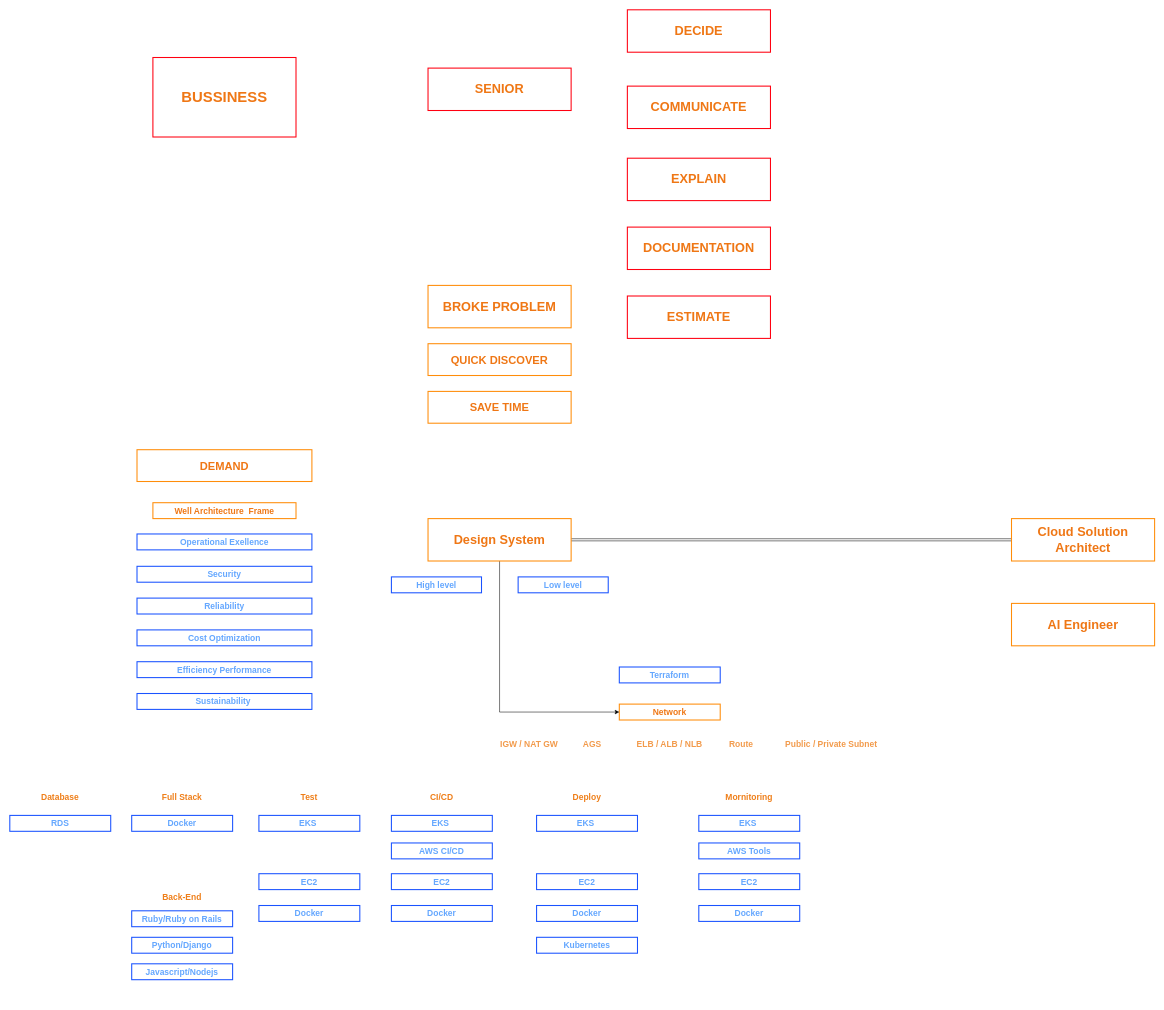
Before: MindSet.drawio in HoangGuruu/drawCloud, a draw.io diagram. Source tidied: cells renumbered, new cells numbered last; positions are measured from the earlier drawing's top-left corner, leaving out a move shared by most shapes. Both pictures are drawn from the tidied source at 53%, with x=0, y=0 at pixel (10, 10).
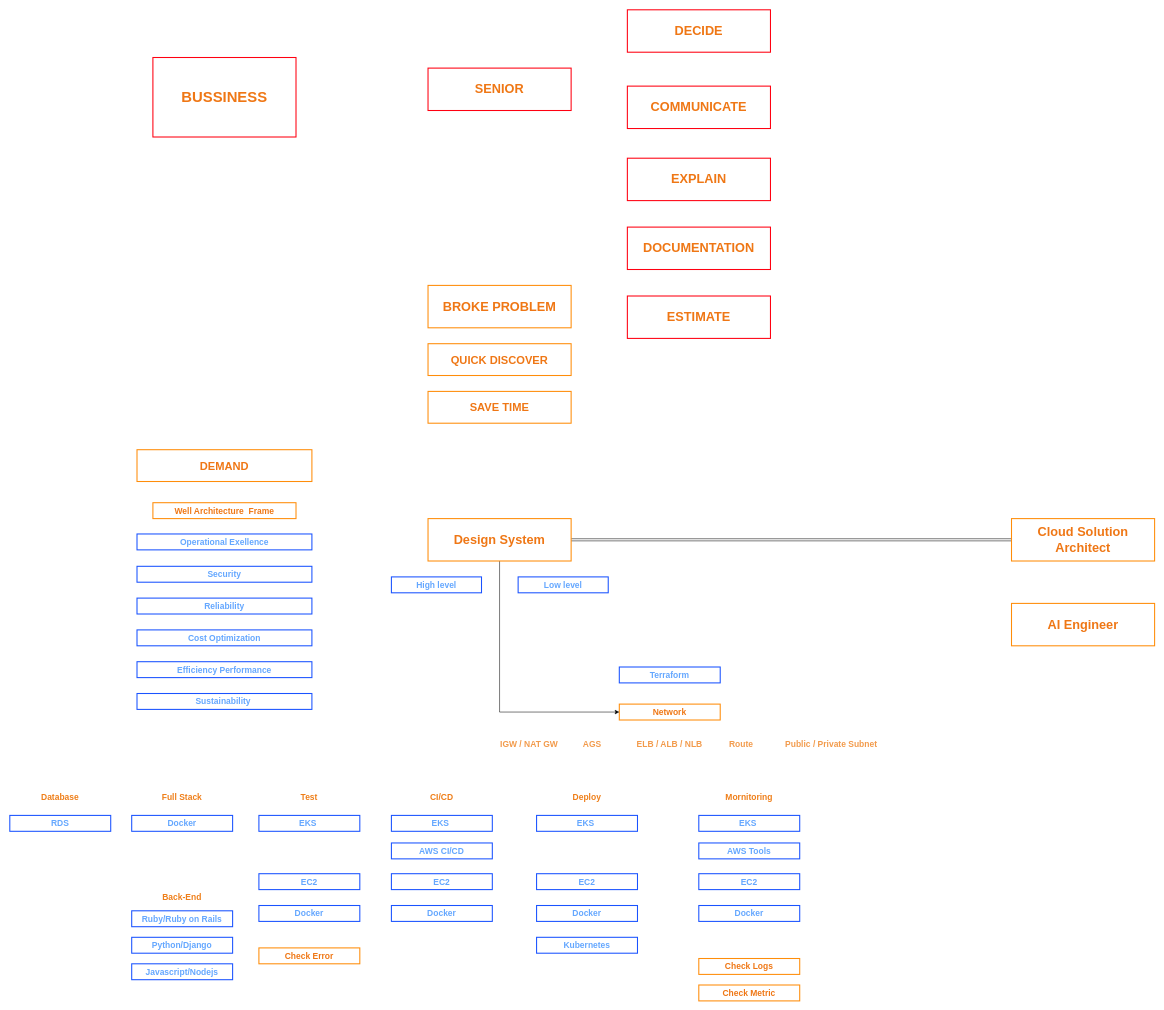
The same page after the edit.

Commit message:
Cập nhật MindSet.drawio

Diff of the diagram source:
```diff
@@
+    <mxCell id="61" value="Check Logs" style="text;html=1;strokeColor=#ff8d0a;fillColor=none;align=center;verticalAlign=middle;whiteSpace=wrap;rounded=0;fontSize=16;fontStyle=1;fontColor=#ef7715;strokeWidth=2;" parent="1" vertex="1">
+      <mxGeometry x="1300" y="1790" width="190.4" height="30" as="geometry" />
+    </mxCell>
+    <mxCell id="62" value="Check Metric" style="text;html=1;strokeColor=#ff8d0a;fillColor=none;align=center;verticalAlign=middle;whiteSpace=wrap;rounded=0;fontSize=16;fontStyle=1;fontColor=#ef7715;strokeWidth=2;" parent="1" vertex="1">
+      <mxGeometry x="1300" y="1840" width="190.4" height="30" as="geometry" />
+    </mxCell>
+    <mxCell id="63" value="Check Error" style="text;html=1;strokeColor=#ff8d0a;fillColor=none;align=center;verticalAlign=middle;whiteSpace=wrap;rounded=0;fontSize=16;fontStyle=1;fontColor=#ef7715;strokeWidth=2;" parent="1" vertex="1">
+      <mxGeometry x="470" y="1770" width="190.4" height="30" as="geometry" />
+    </mxCell>
```
